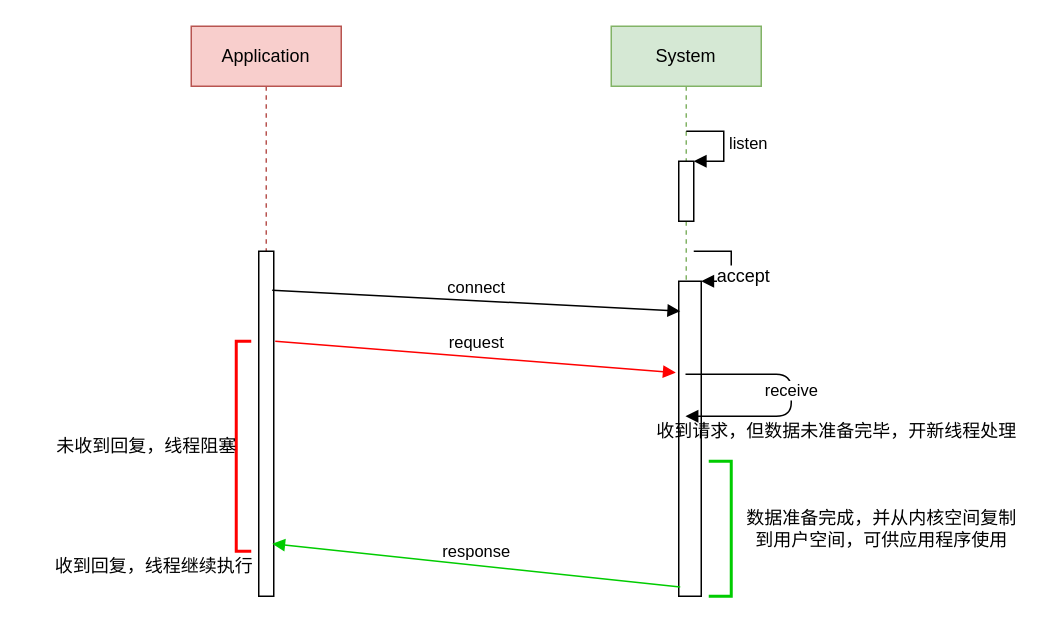
yang00-74/flowchart keeps this draw.io diagram as BIO.drawio. Above is the earlier version. Source tidied: cells renumbered, new cells numbered last; positions are measured from the earlier drawing's top-left corner, leaving out a move shared by most shapes. Both pictures are drawn from the tidied source at 150%, with x=0, y=0 at pixel (40, 26).
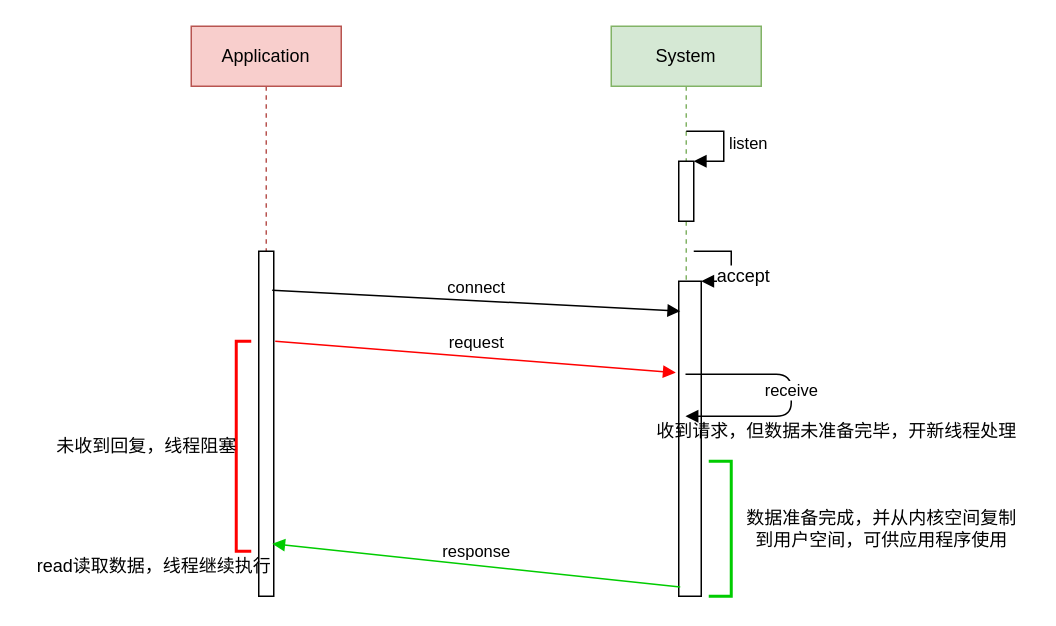
The same page after the edit.

The edit, as a diff of the source:
```diff
@@
-    <mxCell id="18" value="收到回复，线程继续执行" style="text;html=1;align=center;verticalAlign=middle;" parent="1" vertex="1">
-      <mxGeometry y="350" width="150" height="20" as="geometry" />
+    <mxCell id="18" value="read读取数据，线程继续执行" style="text;html=1;align=center;verticalAlign=middle;" parent="1" vertex="1">
+      <mxGeometry x="-10" y="350" width="170" height="20" as="geometry" />
     </mxCell>
```
